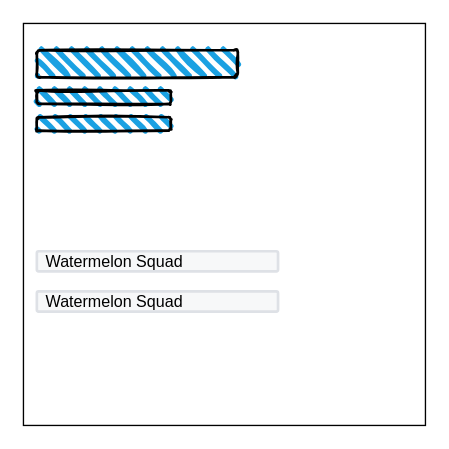
Earlier version of the draw.io diagram design/test.drawio (ashley-monaghan/ICS2OR-Unit-3-01). Source tidied: cells renumbered, new cells numbered last; positions are measured from the earlier drawing's top-left corner, leaving out a move shared by most shapes. Both pictures are drawn from the tidied source at 134%, with x=0, y=0 at pixel (23, 23).
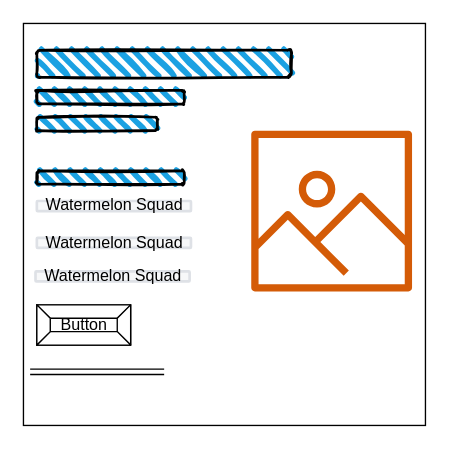
After the change.

What changed in the source:
```diff
@@
 <mxGraphModel>
   <root>
     <mxCell id="0" />
     <mxCell id="1" parent="0" />
     <mxCell id="2" style="whiteSpace=wrap;html=1;" parent="1" vertex="1">
       <mxGeometry width="300" height="300" as="geometry" />
     </mxCell>
-    <mxCell id="3" value="Watermelon Squad" style="rounded=1;arcSize=9;fillColor=#F7F8F9;align=left;spacingLeft=5;strokeColor=#DEE1E6;html=1;strokeWidth=2;fontSize=12;" parent="1" vertex="1">
-      <mxGeometry x="10" y="170" width="180" height="15" as="geometry" />
-    </mxCell>
-    <mxCell id="4" value="Watermelon Squad" style="rounded=1;arcSize=9;fillColor=#F7F8F9;align=left;spacingLeft=5;strokeColor=#DEE1E6;html=1;strokeWidth=2;fontSize=12;" parent="1" vertex="1">
-      <mxGeometry x="10" y="200" width="180" height="15" as="geometry" />
-    </mxCell>
     <mxCell id="5" style="rounded=1;whiteSpace=wrap;html=1;strokeWidth=2;fillWeight=4;hachureGap=8;hachureAngle=45;fillColor=#1ba1e2;sketch=1;" parent="1" vertex="1">
-      <mxGeometry x="10" y="20" width="150" height="20" as="geometry" />
+      <mxGeometry x="10" y="20" width="190" height="20" as="geometry" />
     </mxCell>
     <mxCell id="6" style="rounded=1;whiteSpace=wrap;html=1;strokeWidth=2;fillWeight=4;hachureGap=8;hachureAngle=45;fillColor=#1ba1e2;sketch=1;" parent="1" vertex="1">
-      <mxGeometry x="10" y="50" width="100" height="10" as="geometry" />
+      <mxGeometry x="10" y="50" width="110" height="10" as="geometry" />
     </mxCell>
     <mxCell id="7" style="rounded=1;whiteSpace=wrap;html=1;strokeWidth=2;fillWeight=4;hachureGap=8;hachureAngle=45;fillColor=#1ba1e2;sketch=1;" parent="1" vertex="1">
-      <mxGeometry x="10" y="70" width="100" height="10" as="geometry" />
+      <mxGeometry x="10" y="70" width="90" height="10" as="geometry" />
     </mxCell>
+    <mxCell id="8" style="rounded=1;whiteSpace=wrap;html=1;strokeWidth=2;fillWeight=4;hachureGap=8;hachureAngle=45;fillColor=#1ba1e2;sketch=1;" parent="1" vertex="1">
+      <mxGeometry x="10" y="110" width="110" height="10" as="geometry" />
+    </mxCell>
+    <mxCell id="9" value="Button" style="labelPosition=center;verticalLabelPosition=middle;align=center;html=1;shape=mxgraph.basic.button;dx=10;" parent="1" vertex="1">
+      <mxGeometry x="10" y="210" width="70" height="30" as="geometry" />
+    </mxCell>
+    <mxCell id="10" style="sketch=0;fontColor=#232F3E;gradientColor=none;fillColor=#D45B07;strokeColor=none;dashed=0;verticalLabelPosition=bottom;verticalAlign=top;align=center;html=1;fontSize=12;fontStyle=0;shape=mxgraph.aws4.container_registry_image;" parent="1" vertex="1">
+      <mxGeometry x="170" y="80" width="120" height="120" as="geometry" />
+    </mxCell>
+    <mxCell id="11" value="Watermelon Squad" style="rounded=1;arcSize=9;fillColor=#F7F8F9;align=left;spacingLeft=5;strokeColor=#DEE1E6;html=1;strokeWidth=2;fontSize=12;" parent="1" vertex="1">
+      <mxGeometry x="10" y="132.5" width="115" height="7.5" as="geometry" />
+    </mxCell>
+    <mxCell id="12" value="Watermelon Squad" style="rounded=1;arcSize=9;fillColor=#F7F8F9;align=left;spacingLeft=5;strokeColor=#DEE1E6;html=1;strokeWidth=2;fontSize=12;" parent="1" vertex="1">
+      <mxGeometry x="10" y="160" width="115" height="7.5" as="geometry" />
+    </mxCell>
+    <mxCell id="13" value="Watermelon Squad" style="rounded=1;arcSize=9;fillColor=#F7F8F9;align=left;spacingLeft=5;strokeColor=#DEE1E6;html=1;strokeWidth=2;fontSize=12;" parent="1" vertex="1">
+      <mxGeometry x="9" y="185" width="115" height="7.5" as="geometry" />
+    </mxCell>
+    <mxCell id="14" style="shape=link;html=1;" parent="1" edge="1">
+      <mxGeometry relative="1" as="geometry">
+        <mxPoint x="5" y="260" as="sourcePoint" />
+        <mxPoint x="105" y="260" as="targetPoint" />
+      </mxGeometry>
+    </mxCell>
   </root>
 </mxGraphModel>
```
